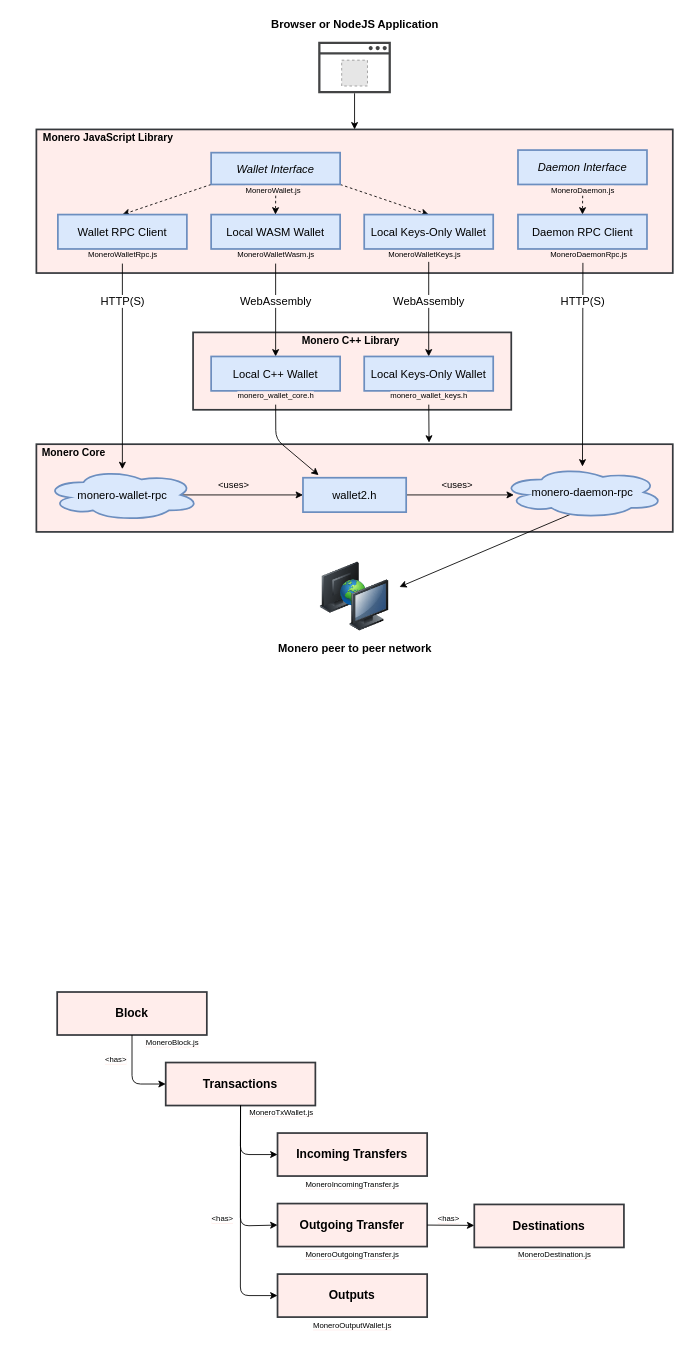
Above: docs/img/architecture.drawio in woodser/monero-ts (draw.io), before the change. Source tidied: cells renumbered, new cells numbered last; positions are measured from the earlier drawing's top-left corner, leaving out a move shared by most shapes. Both pictures are drawn from the tidied source at 86%, with x=0, y=0 at pixel (15, 15). Pictures stored in the file or linked from it are replaced by grey dashed boxes.
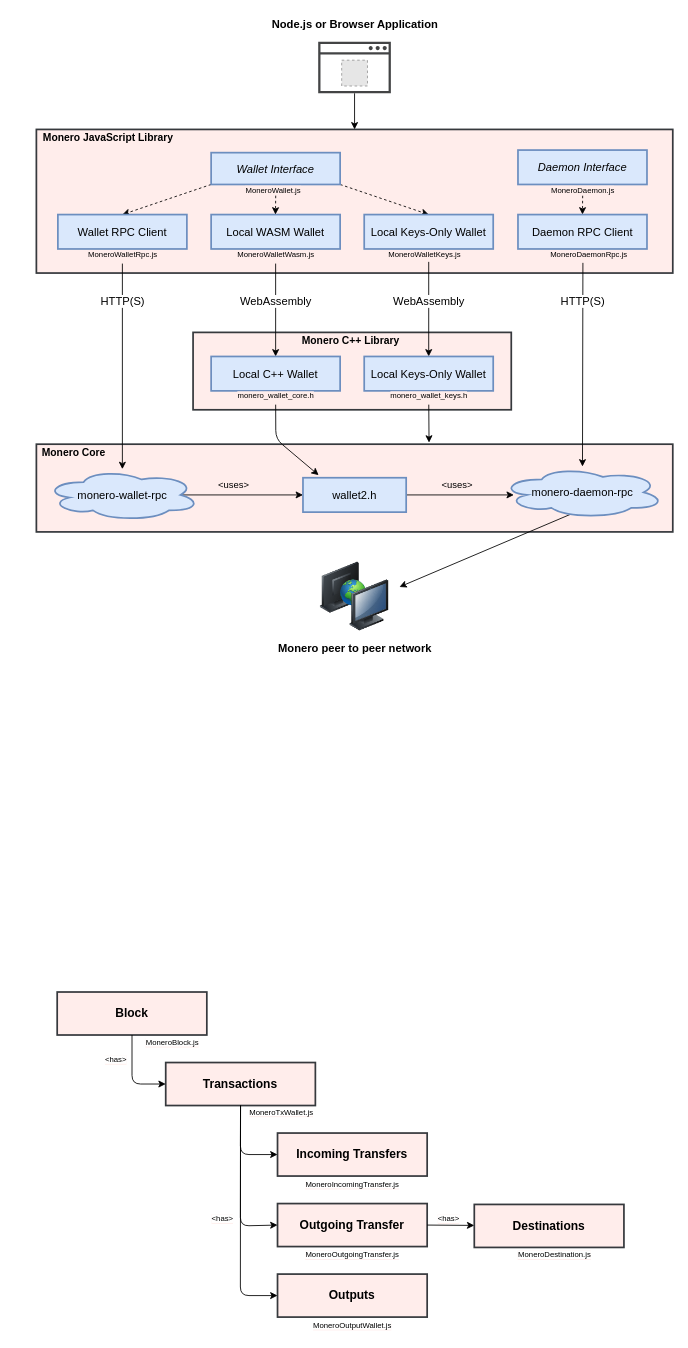
The same diagram, later.

Commit message (it also covers changes not shown here):
update architecture diagram with "Node.js"

Change to the diagram source:
```diff
@@
-    <mxCell id="13" value="Browser or NodeJS Application" style="text;html=1;align=center;verticalAlign=middle;fillColor=none;strokeColor=none;rounded=0;fontStyle=1;fontSize=13;" parent="1" vertex="1">
+    <mxCell id="13" value="Node.js or Browser Application" style="text;html=1;align=center;verticalAlign=middle;fillColor=none;strokeColor=none;rounded=0;fontStyle=1;fontSize=13;" parent="1" vertex="1">
       <mxGeometry x="289.8" width="210" height="20" as="geometry" />
     </mxCell>
```
